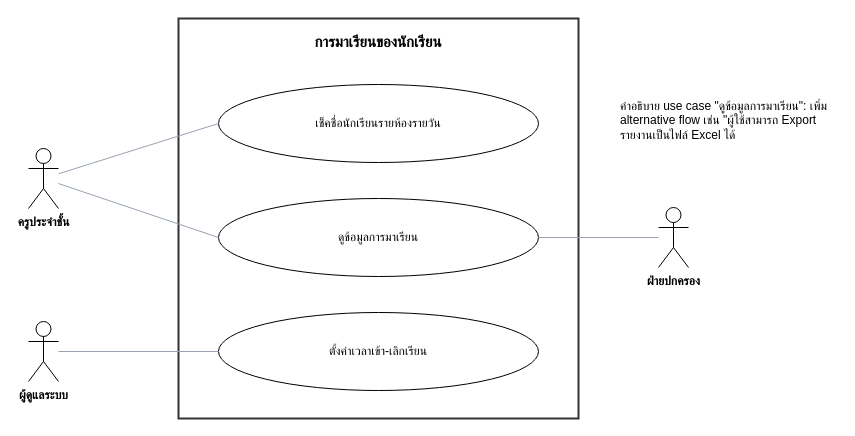
Before: page "การมาเรียนของนักเรียน" (4 of 6) of materials/doc/usecase-care.drawio in RealTiraqmisu/SchoolDark, a draw.io diagram. Source tidied: cells renumbered, new cells numbered last; positions are measured from the earlier drawing's top-left corner, leaving out a move shared by most shapes. Both pictures are drawn from the tidied source at 100%, with x=0, y=0 at pixel (28, 18).
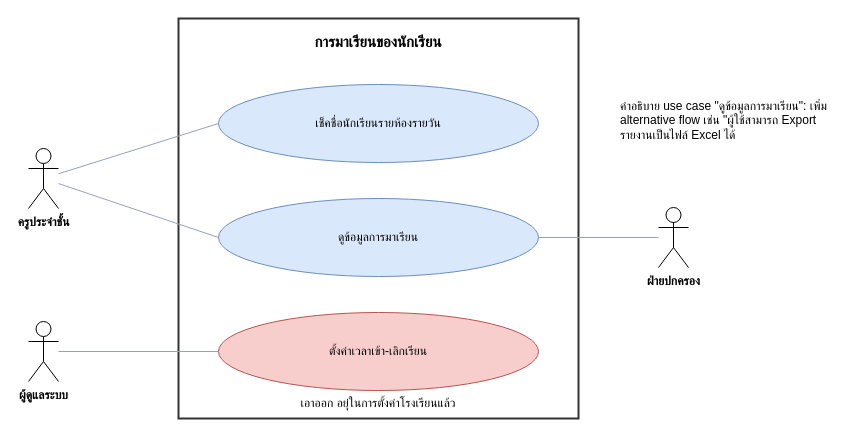
The same page after the edit.

Diff of the diagram source:
```diff
@@
 <mxGraphModel>
   <root>
     <mxCell id="0" />
     <mxCell id="1" parent="0" />
     <mxCell id="2" value="การมาเรียนของนักเรียน" style="rounded=0;whiteSpace=wrap;html=1;verticalAlign=top;align=center;fontStyle=1;fontSize=15;fillColor=none;strokeColor=#333333;strokeWidth=2;spacingTop=8;" parent="1" vertex="1">
       <mxGeometry x="150" width="400" height="400" as="geometry" />
     </mxCell>
-    <mxCell id="3" value="เช็คชื่อนักเรียนรายห้องรายวัน" style="ellipse;whiteSpace=wrap;html=1;fontSize=12;spacing=10;" parent="1" vertex="1">
+    <mxCell id="3" value="เช็คชื่อนักเรียนรายห้องรายวัน" style="ellipse;whiteSpace=wrap;html=1;fontSize=12;spacing=10;fillColor=#dae8fc;strokeColor=#6c8ebf;" parent="1" vertex="1">
       <mxGeometry x="190" y="66" width="320" height="78" as="geometry" />
     </mxCell>
-    <mxCell id="4" value="ดูข้อมูลการมาเรียน" style="ellipse;whiteSpace=wrap;html=1;fontSize=12;spacing=10;" parent="1" vertex="1">
+    <mxCell id="4" value="ดูข้อมูลการมาเรียน" style="ellipse;whiteSpace=wrap;html=1;fontSize=12;spacing=10;fillColor=#dae8fc;strokeColor=#6c8ebf;" parent="1" vertex="1">
       <mxGeometry x="190" y="180" width="320" height="78" as="geometry" />
     </mxCell>
-    <mxCell id="5" value="ตั้งค่าเวลาเข้า-เลิกเรียน" style="ellipse;whiteSpace=wrap;html=1;fontSize=12;spacing=10;" parent="1" vertex="1">
+    <mxCell id="5" value="ตั้งค่าเวลาเข้า-เลิกเรียน" style="ellipse;whiteSpace=wrap;html=1;fontSize=12;spacing=10;fillColor=#f8cecc;strokeColor=#b85450;" parent="1" vertex="1">
       <mxGeometry x="190" y="294" width="320" height="78" as="geometry" />
     </mxCell>
     <mxCell id="6" value="ครูประจำชั้น" style="shape=umlActor;verticalLabelPosition=bottom;verticalAlign=top;html=1;outlineConnect=0;whiteSpace=nowrap;fontSize=12;fontStyle=1;" parent="1" vertex="1">
       <mxGeometry y="130" width="30" height="60" as="geometry" />
     </mxCell>
     <mxCell id="7" value="ผู้ดูแลระบบ" style="shape=umlActor;verticalLabelPosition=bottom;verticalAlign=top;html=1;outlineConnect=0;whiteSpace=nowrap;fontSize=12;fontStyle=1;" parent="1" vertex="1">
       <mxGeometry y="303" width="30" height="60" as="geometry" />
     </mxCell>
     <mxCell id="8" value="ฝ่ายปกครอง" style="shape=umlActor;verticalLabelPosition=bottom;verticalAlign=top;html=1;outlineConnect=0;whiteSpace=nowrap;fontSize=12;fontStyle=1;" parent="1" vertex="1">
       <mxGeometry x="630" y="189" width="30" height="60" as="geometry" />
     </mxCell>
     <mxCell id="9" style="endArrow=none;html=1;strokeColor=#98a2b3;entryX=0;entryY=0.5;entryDx=0;entryDy=0;" parent="1" edge="1" source="6" target="3">
       <mxGeometry relative="1" as="geometry" />
     </mxCell>
     <mxCell id="10" style="endArrow=none;html=1;strokeColor=#98a2b3;entryX=1;entryY=0.5;entryDx=0;entryDy=0;" parent="1" edge="1" source="8" target="4">
       <mxGeometry relative="1" as="geometry" />
     </mxCell>
     <mxCell id="11" style="endArrow=none;html=1;strokeColor=#98a2b3;entryX=0;entryY=0.5;entryDx=0;entryDy=0;" parent="1" edge="1" source="6" target="4">
       <mxGeometry relative="1" as="geometry" />
     </mxCell>
     <mxCell id="12" style="endArrow=none;html=1;strokeColor=#98a2b3;entryX=0;entryY=0.5;entryDx=0;entryDy=0;" parent="1" edge="1" source="7" target="5">
       <mxGeometry relative="1" as="geometry" />
     </mxCell>
     <mxCell id="13" value="คำอธิบาย use case &quot;ดูข้อมูลการมาเรียน&quot;: เพิ่ม alternative flow เช่น &quot;ผู้ใช้สามารถ Export รายงานเป็นไฟล์ Excel ได้" style="text;whiteSpace=wrap;align=left;verticalAlign=top;fontFamily=Helvetica;fontSize=12;fontColor=default;fillColor=none;gradientColor=none;" parent="1" vertex="1">
       <mxGeometry x="590" y="74" width="220" height="70" as="geometry" />
     </mxCell>
+    <mxCell id="14" value="เอาออก อยุ่ในการตั้งค่าโรงเรียนแล้ว" style="text;html=1;whiteSpace=wrap;strokeColor=none;fillColor=none;align=center;verticalAlign=middle;rounded=0;" parent="1" vertex="1">
+      <mxGeometry x="250" y="370" width="200" height="30" as="geometry" />
+    </mxCell>
   </root>
 </mxGraphModel>
```
